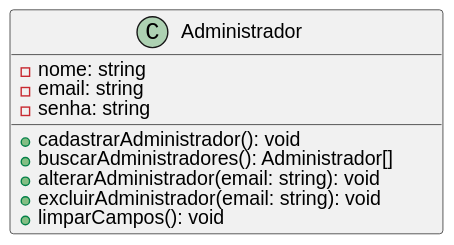
joyceMiranda/portal-noticias-react keeps this PlantUML diagram as diagramas-uml/images/Administrador.svg. Above is the earlier version. Its source is kept beside it as diagramas-uml/Administrador.puml. Its diagram source:
```plantuml
@startuml

class Administrador {
  - nome: string
  - email: string
  - senha: string

  + cadastrarAdministrador(): void
  + buscarAdministradores(): Administrador[]
  + alterarAdministrador(email: string): void
  + excluirAdministrador(email: string): void
  + limparCampos(): void
}

@enduml
```
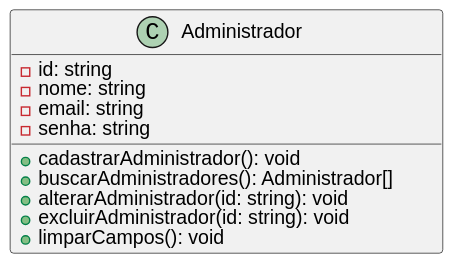
After the commit.

Diff of the diagram source:
```diff
@@ -1,14 +1,15 @@
 @startuml
 
 class Administrador {
+  - id: string
   - nome: string
   - email: string
   - senha: string
 
   + cadastrarAdministrador(): void
   + buscarAdministradores(): Administrador[]
-  + alterarAdministrador(email: string): void
-  + excluirAdministrador(email: string): void
+  + alterarAdministrador(id: string): void
+  + excluirAdministrador(id: string): void
   + limparCampos(): void
 }
 
```
